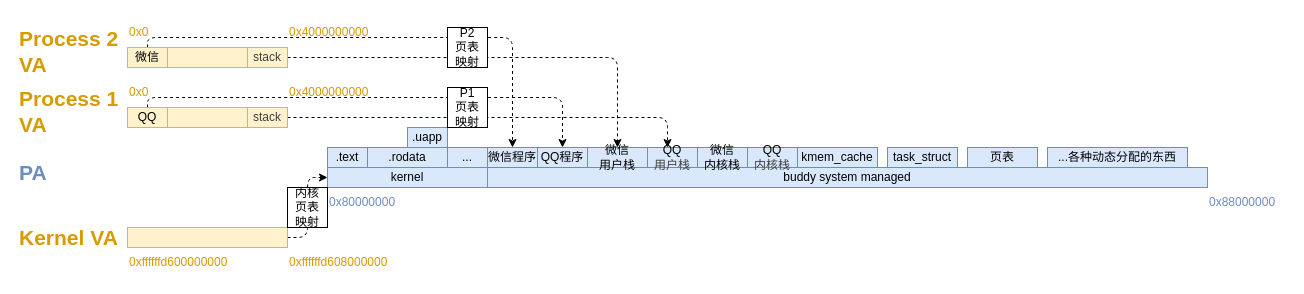
Earlier version of the draw.io diagram docs/lab4.assets/layout.drawio (ZJU-OS/doc). Source tidied: cells renumbered, new cells numbered last; positions are measured from the earlier drawing's top-left corner, leaving out a move shared by most shapes. Both pictures are drawn from the tidied source at 100%, with x=0, y=0 at pixel (17, 17).
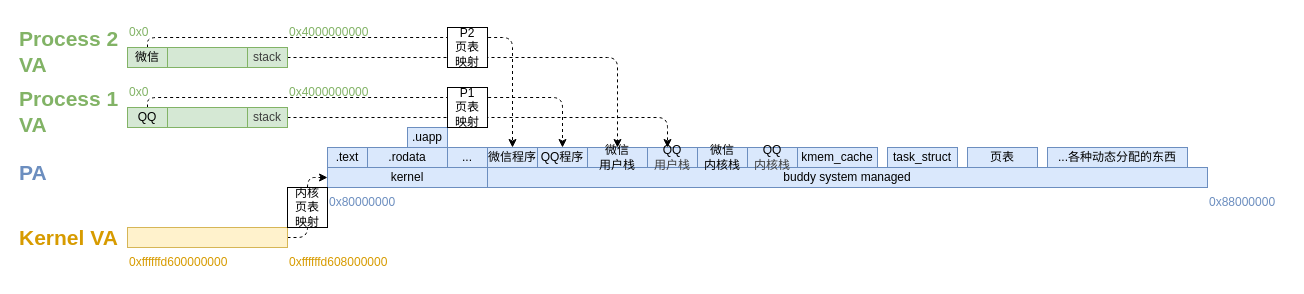
Above is the later version.

What changed in the source:
```diff
@@
-    <mxCell id="2" style="rounded=0;whiteSpace=wrap;html=1;fillColor=#fff2cc;strokeColor=#d6b656;" parent="1" vertex="1">
+    <mxCell id="2" style="rounded=0;whiteSpace=wrap;html=1;fillColor=#d5e8d4;strokeColor=#82b366;" parent="1" vertex="1">
       <mxGeometry x="110" y="30" width="160" height="20" as="geometry" />
     </mxCell>
@@
-    <mxCell id="7" value="0x0" style="text;html=1;align=left;verticalAlign=middle;whiteSpace=wrap;rounded=0;fontColor=#D79B00;" parent="1" vertex="1">
+    <mxCell id="7" value="0x0" style="text;html=1;align=left;verticalAlign=middle;whiteSpace=wrap;rounded=0;fontColor=#82B366;" parent="1" vertex="1">
       <mxGeometry x="110" width="40" height="30" as="geometry" />
     </mxCell>
@@
-    <mxCell id="10" value="Process 1 VA" style="text;html=1;align=left;verticalAlign=middle;whiteSpace=wrap;rounded=0;fontColor=#D79B00;fontSize=21;fontStyle=1;" parent="1" vertex="1">
+    <mxCell id="10" value="Process 1 VA" style="text;html=1;align=left;verticalAlign=middle;whiteSpace=wrap;rounded=0;fontColor=#82B366;fontSize=21;fontStyle=1;" parent="1" vertex="1">
       <mxGeometry y="79" width="110" height="30" as="geometry" />
     </mxCell>
-    <mxCell id="11" value="Process 2 VA" style="text;html=1;align=left;verticalAlign=middle;whiteSpace=wrap;rounded=0;fontColor=#D79B00;fontSize=21;fontStyle=1;" parent="1" vertex="1">
+    <mxCell id="11" value="Process 2 VA" style="text;html=1;align=left;verticalAlign=middle;whiteSpace=wrap;rounded=0;fontColor=#82B366;fontSize=21;fontStyle=1;" parent="1" vertex="1">
       <mxGeometry y="19" width="110" height="30" as="geometry" />
     </mxCell>
-    <mxCell id="12" value="0x0" style="text;html=1;align=left;verticalAlign=middle;whiteSpace=wrap;rounded=0;fontColor=#D79B00;" parent="1" vertex="1">
+    <mxCell id="12" value="0x0" style="text;html=1;align=left;verticalAlign=middle;whiteSpace=wrap;rounded=0;fontColor=#82B366;" parent="1" vertex="1">
       <mxGeometry x="110" y="60" width="40" height="30" as="geometry" />
     </mxCell>
@@
-    <mxCell id="28" style="rounded=0;whiteSpace=wrap;html=1;fillColor=#fff2cc;strokeColor=#d6b656;" parent="1" vertex="1">
+    <mxCell id="28" style="rounded=0;whiteSpace=wrap;html=1;fillColor=#d5e8d4;strokeColor=#82b366;" parent="1" vertex="1">
       <mxGeometry x="110" y="90" width="160" height="20" as="geometry" />
     </mxCell>
@@
-    <mxCell id="30" value="微信" style="rounded=0;whiteSpace=wrap;html=1;fillColor=#fff2cc;strokeColor=#d6b656;" parent="1" vertex="1">
+    <mxCell id="30" value="微信" style="rounded=0;whiteSpace=wrap;html=1;fillColor=#d5e8d4;strokeColor=#82b366;" parent="1" vertex="1">
       <mxGeometry x="110" y="30" width="40" height="20" as="geometry" />
     </mxCell>
@@
-    <mxCell id="32" value="&lt;span style=&quot;color: rgb(63, 63, 63); background-color: transparent;&quot;&gt;stack&lt;/span&gt;" style="rounded=0;whiteSpace=wrap;html=1;fillColor=#fff2cc;strokeColor=#d6b656;" parent="1" vertex="1">
+    <mxCell id="32" value="&lt;span style=&quot;color: rgb(63, 63, 63); background-color: transparent;&quot;&gt;stack&lt;/span&gt;" style="rounded=0;whiteSpace=wrap;html=1;fillColor=#d5e8d4;strokeColor=#82b366;" parent="1" vertex="1">
       <mxGeometry x="230" y="30" width="40" height="20" as="geometry" />
     </mxCell>
@@
-    <mxCell id="35" value="QQ" style="rounded=0;whiteSpace=wrap;html=1;fillColor=#fff2cc;strokeColor=#d6b656;" parent="1" vertex="1">
+    <mxCell id="35" value="QQ" style="rounded=0;whiteSpace=wrap;html=1;fillColor=#d5e8d4;strokeColor=#82b366;" parent="1" vertex="1">
       <mxGeometry x="110" y="90" width="40" height="20" as="geometry" />
     </mxCell>
@@
-    <mxCell id="37" value="&lt;span style=&quot;color: rgb(63, 63, 63); background-color: transparent;&quot;&gt;stack&lt;/span&gt;" style="rounded=0;whiteSpace=wrap;html=1;fillColor=#fff2cc;strokeColor=#d6b656;" parent="1" vertex="1">
+    <mxCell id="37" value="&lt;span style=&quot;color: rgb(63, 63, 63); background-color: transparent;&quot;&gt;stack&lt;/span&gt;" style="rounded=0;whiteSpace=wrap;html=1;fillColor=#d5e8d4;strokeColor=#82b366;" parent="1" vertex="1">
       <mxGeometry x="230" y="90" width="40" height="20" as="geometry" />
     </mxCell>
@@
-    <mxCell id="40" value="0x4000000000" style="text;html=1;align=left;verticalAlign=middle;whiteSpace=wrap;rounded=0;fontColor=#D79B00;" parent="1" vertex="1">
+    <mxCell id="40" value="0x4000000000" style="text;html=1;align=left;verticalAlign=middle;whiteSpace=wrap;rounded=0;fontColor=#82B366;" parent="1" vertex="1">
       <mxGeometry x="270" y="60" width="120" height="30" as="geometry" />
     </mxCell>
-    <mxCell id="41" value="0x4000000000" style="text;html=1;align=left;verticalAlign=middle;whiteSpace=wrap;rounded=0;fontColor=#D79B00;" parent="1" vertex="1">
+    <mxCell id="41" value="0x4000000000" style="text;html=1;align=left;verticalAlign=middle;whiteSpace=wrap;rounded=0;fontColor=#82B366;" parent="1" vertex="1">
       <mxGeometry x="270" width="120" height="30" as="geometry" />
     </mxCell>
```
